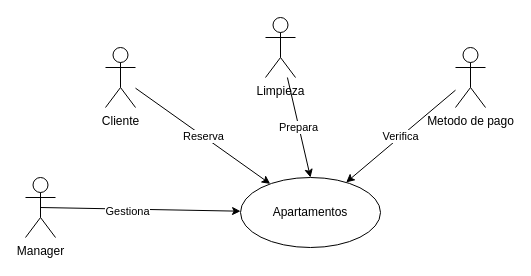
Earlier version of the draw.io diagram Diagramas/diagrama.drawio (Yugurto7/Logirail-Project). Source tidied: cells renumbered, new cells numbered last; positions are measured from the earlier drawing's top-left corner, leaving out a move shared by most shapes. Both pictures are drawn from the tidied source at 100%, with x=0, y=0 at pixel (25, 17).
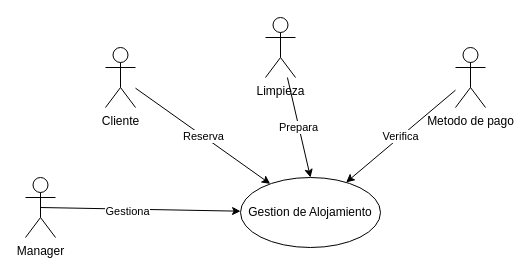
The same page after the edit.

What changed in the source:
```diff
@@
 <mxGraphModel>
   <root>
     <mxCell id="0" />
     <mxCell id="1" parent="0" />
-    <mxCell id="2" value="Apartamentos" style="ellipse;whiteSpace=wrap;html=1;" parent="1" vertex="1">
+    <mxCell id="2" value="Gestion de Alojamiento" style="ellipse;whiteSpace=wrap;html=1;" parent="1" vertex="1">
       <mxGeometry x="215" y="160" width="140" height="70" as="geometry" />
     </mxCell>
     <mxCell id="3" value="Reserva" style="edgeStyle=none;html=1;" parent="1" edge="1" source="4" target="2">
       <mxGeometry relative="1" as="geometry" />
     </mxCell>
     <mxCell id="4" value="Cliente&lt;br&gt;" style="shape=umlActor;verticalLabelPosition=bottom;verticalAlign=top;html=1;" parent="1" vertex="1">
       <mxGeometry x="80" y="30" width="30" height="60" as="geometry" />
     </mxCell>
     <mxCell id="5" value="Prepara" style="edgeStyle=none;html=1;entryX=0.5;entryY=0;entryDx=0;entryDy=0;" parent="1" edge="1" source="6" target="2">
       <mxGeometry relative="1" as="geometry" />
     </mxCell>
     <mxCell id="6" value="Limpieza&lt;br&gt;" style="shape=umlActor;verticalLabelPosition=bottom;verticalAlign=top;html=1;" parent="1" vertex="1">
       <mxGeometry x="240" width="30" height="60" as="geometry" />
     </mxCell>
     <mxCell id="7" value="Verifica" style="edgeStyle=none;html=1;" parent="1" edge="1" source="8" target="2">
       <mxGeometry relative="1" as="geometry" />
     </mxCell>
     <mxCell id="8" value="Metodo de pago&lt;br&gt;" style="shape=umlActor;verticalLabelPosition=bottom;verticalAlign=top;html=1;" parent="1" vertex="1">
       <mxGeometry x="430" y="30" width="30" height="60" as="geometry" />
     </mxCell>
     <mxCell id="9" style="edgeStyle=none;html=1;exitX=0.5;exitY=0.5;exitDx=0;exitDy=0;exitPerimeter=0;" parent="1" edge="1" source="11" target="2">
       <mxGeometry relative="1" as="geometry" />
     </mxCell>
     <mxCell id="10" value="Gestiona" style="edgeLabel;html=1;align=center;verticalAlign=middle;" parent="9" vertex="1">
       <mxGeometry x="-0.13" y="-2" relative="1" as="geometry" />
     </mxCell>
     <mxCell id="11" value="Manager" style="shape=umlActor;verticalLabelPosition=bottom;verticalAlign=top;html=1;" parent="1" vertex="1">
       <mxGeometry y="160" width="30" height="60" as="geometry" />
     </mxCell>
   </root>
 </mxGraphModel>
```
